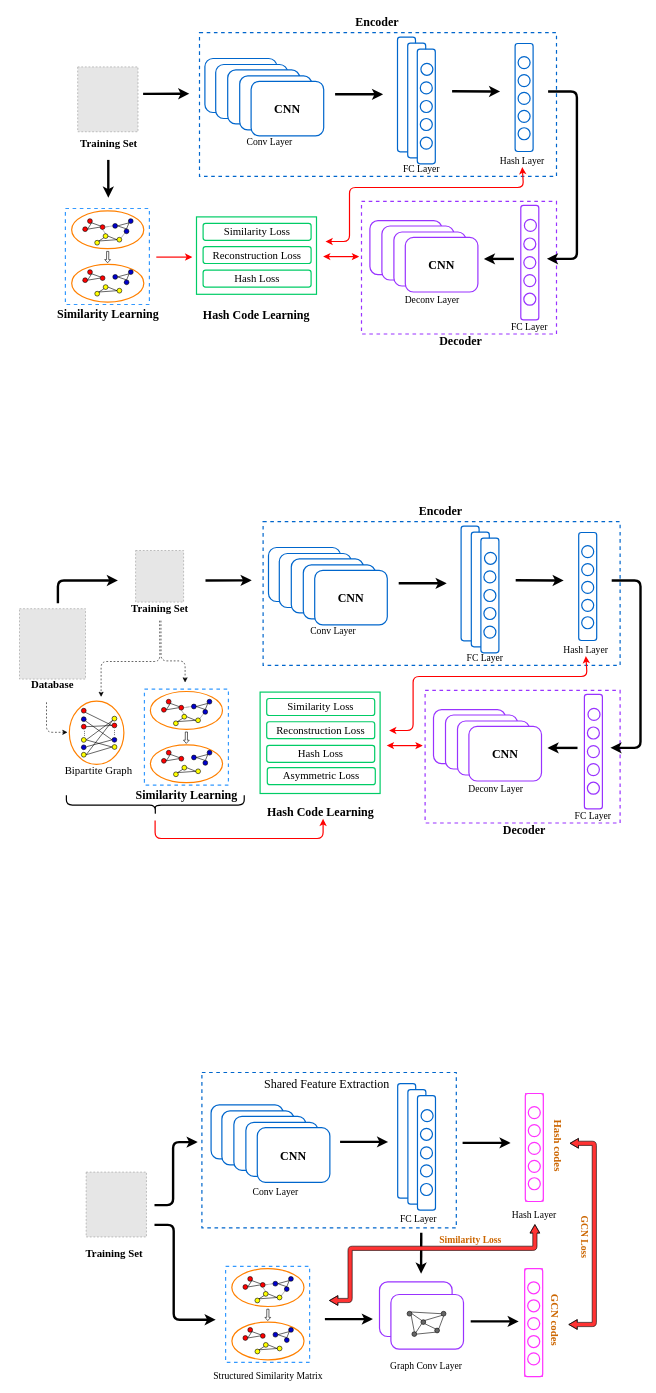
Before: Untitled Diagram.drawio in pangxuanrong/DSH-NetWork, a draw.io diagram. Source tidied: cells renumbered, new cells numbered last; positions are measured from the earlier drawing's top-left corner, leaving out a move shared by most shapes. Both pictures are drawn from the tidied source at 60%, with x=0, y=0 at pixel (10, 10). Pictures stored in the file or linked from it are replaced by grey dashed boxes.
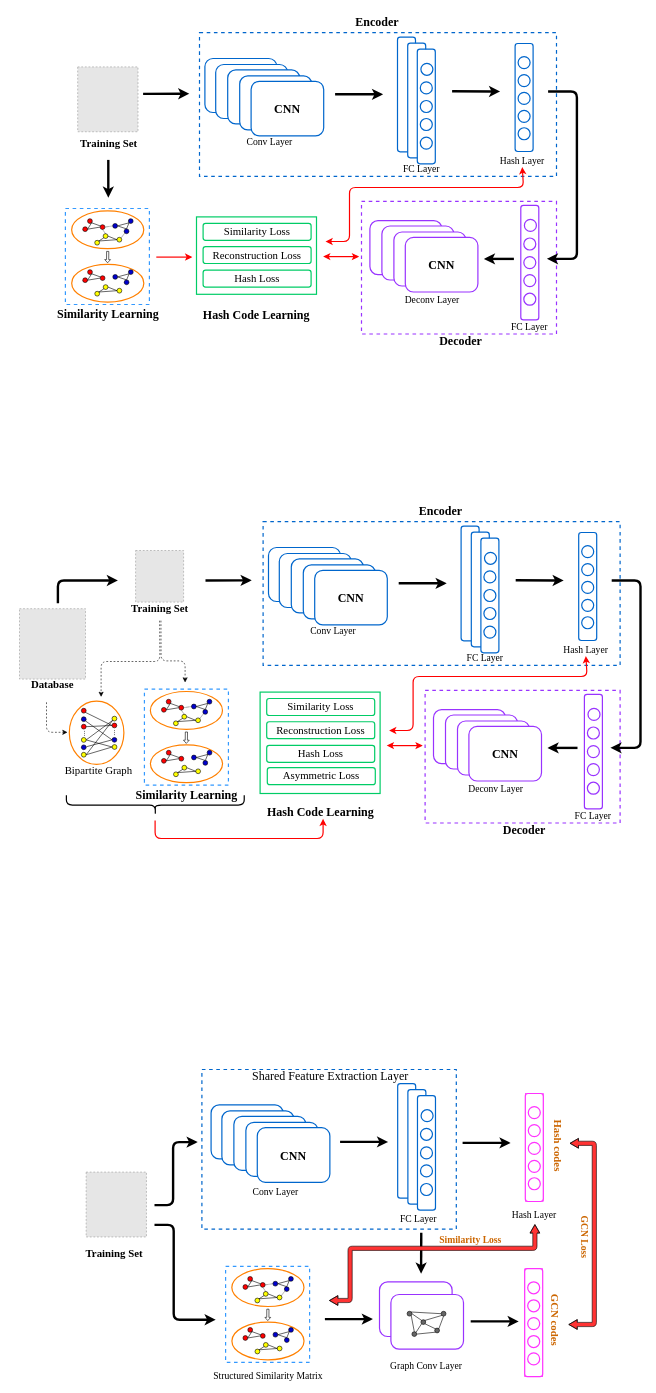
The same page after the edit.

What changed in the source:
```diff
@@
     <mxCell id="345" style="rounded=0;whiteSpace=wrap;html=1;strokeWidth=2;gradientColor=none;dashed=1;fillColor=none;strokeColor=#0066CC;" parent="1" vertex="1">
-      <mxGeometry x="319" y="1770" width="424" height="259" as="geometry" />
+      <mxGeometry x="319" y="1765" width="424" height="266" as="geometry" />
     </mxCell>
@@
-    <mxCell id="347" value="&lt;font face=&quot;Times New Roman&quot; style=&quot;font-size: 20px&quot;&gt;Shared Feature Extraction&lt;/font&gt;" style="text;whiteSpace=wrap;html=1;" parent="1" vertex="1">
-      <mxGeometry x="421" y="1770" width="234" height="28" as="geometry" />
+    <mxCell id="347" value="&lt;font face=&quot;Times New Roman&quot; style=&quot;font-size: 20px&quot;&gt;Shared Feature Extraction Layer&lt;/font&gt;" style="text;whiteSpace=wrap;html=1;" parent="1" vertex="1">
+      <mxGeometry x="401" y="1757" width="283" height="25" as="geometry" />
     </mxCell>
```
